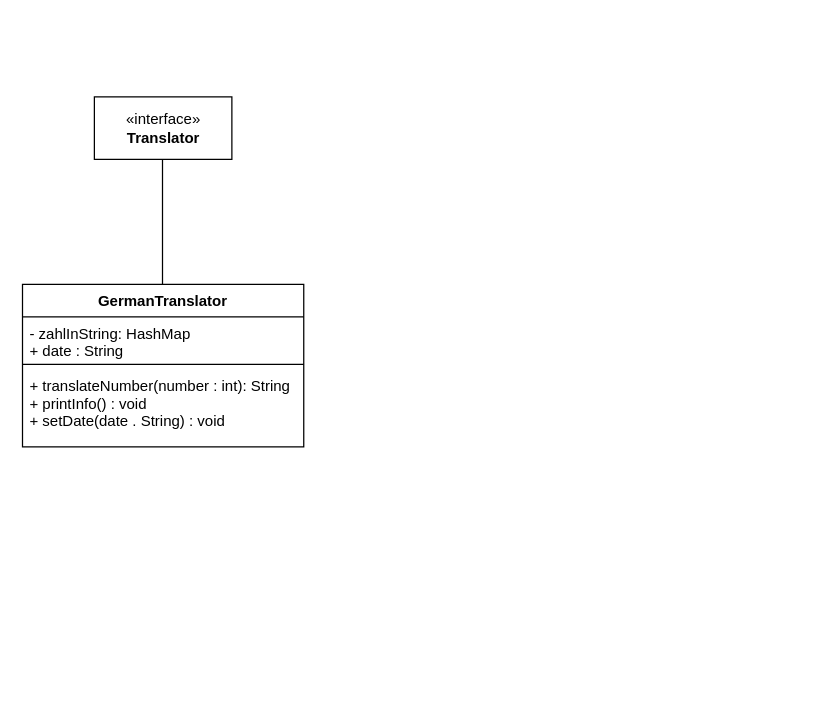
Above: KlassenUebung1.drawio.xml in simonbiwer/se1 (draw.io), before the change. Source tidied: cells renumbered, new cells numbered last; positions are measured from the earlier drawing's top-left corner, leaving out a move shared by most shapes. Both pictures are drawn from the tidied source at 125%, with x=0, y=0 at pixel (21, 96).
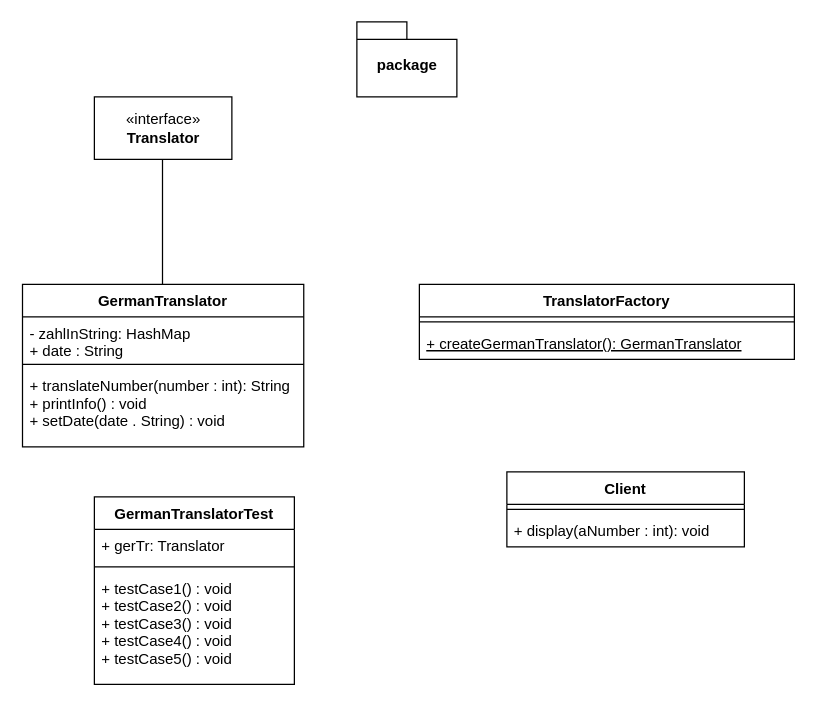
The same diagram, later.

The edit, as a diff of the source:
```diff
@@
+    <mxCell id="8" value="TranslatorFactory" style="swimlane;fontStyle=1;align=center;verticalAlign=top;horizontal=1;startSize=26;" parent="1" vertex="1">
+      <mxGeometry x="318" y="150" width="300" height="60" as="geometry" />
+    </mxCell>
+    <mxCell id="9" style="line;strokeWidth=1;fillColor=none;align=left;verticalAlign=middle;spacingTop=-1;spacingLeft=3;spacingRight=3;labelPosition=right;" parent="8" vertex="1">
+      <mxGeometry y="26" width="300" height="8" as="geometry" />
+    </mxCell>
+    <mxCell id="10" value="+ createGermanTranslator(): GermanTranslator" style="text;strokeColor=none;fillColor=none;align=left;verticalAlign=top;spacingLeft=4;spacingRight=4;overflow=hidden;fontStyle=4;" parent="8" vertex="1">
+      <mxGeometry y="34" width="300" height="26" as="geometry" />
+    </mxCell>
+    <mxCell id="11" value="package" style="shape=folder;fontStyle=1;spacingTop=10;tabWidth=40;tabHeight=14;tabPosition=left;html=1;" parent="1" vertex="1">
+      <mxGeometry x="268" y="-60" width="80" height="60" as="geometry" />
+    </mxCell>
+    <mxCell id="12" value="Client" style="swimlane;fontStyle=1;align=center;verticalAlign=top;horizontal=1;startSize=26;" parent="1" vertex="1">
+      <mxGeometry x="388" y="300" width="190" height="60" as="geometry" />
+    </mxCell>
+    <mxCell id="13" style="line;strokeWidth=1;fillColor=none;align=left;verticalAlign=middle;spacingTop=-1;spacingLeft=3;spacingRight=3;labelPosition=right;" parent="12" vertex="1">
+      <mxGeometry y="26" width="190" height="8" as="geometry" />
+    </mxCell>
+    <mxCell id="14" value="+ display(aNumber : int): void" style="text;strokeColor=none;fillColor=none;align=left;verticalAlign=top;spacingLeft=4;spacingRight=4;overflow=hidden;" parent="12" vertex="1">
+      <mxGeometry y="34" width="190" height="26" as="geometry" />
+    </mxCell>
+    <mxCell id="15" value="GermanTranslatorTest" style="swimlane;fontStyle=1;align=center;verticalAlign=top;horizontal=1;startSize=26;" parent="1" vertex="1">
+      <mxGeometry x="58" y="320" width="160" height="150" as="geometry" />
+    </mxCell>
+    <mxCell id="16" value="+ gerTr: Translator" style="text;strokeColor=none;fillColor=none;align=left;verticalAlign=top;spacingLeft=4;spacingRight=4;overflow=hidden;" parent="15" vertex="1">
+      <mxGeometry y="26" width="160" height="26" as="geometry" />
+    </mxCell>
+    <mxCell id="17" style="line;strokeWidth=1;fillColor=none;align=left;verticalAlign=middle;spacingTop=-1;spacingLeft=3;spacingRight=3;labelPosition=right;" parent="15" vertex="1">
+      <mxGeometry y="52" width="160" height="8" as="geometry" />
+    </mxCell>
+    <mxCell id="18" value="+ testCase1() : void &#10;+ testCase2() : void&#10;+ testCase3() : void&#10;+ testCase4() : void&#10;+ testCase5() : void" style="text;strokeColor=none;fillColor=none;align=left;verticalAlign=top;spacingLeft=4;spacingRight=4;overflow=hidden;" parent="15" vertex="1">
+      <mxGeometry y="60" width="160" height="90" as="geometry" />
+    </mxCell>
```
